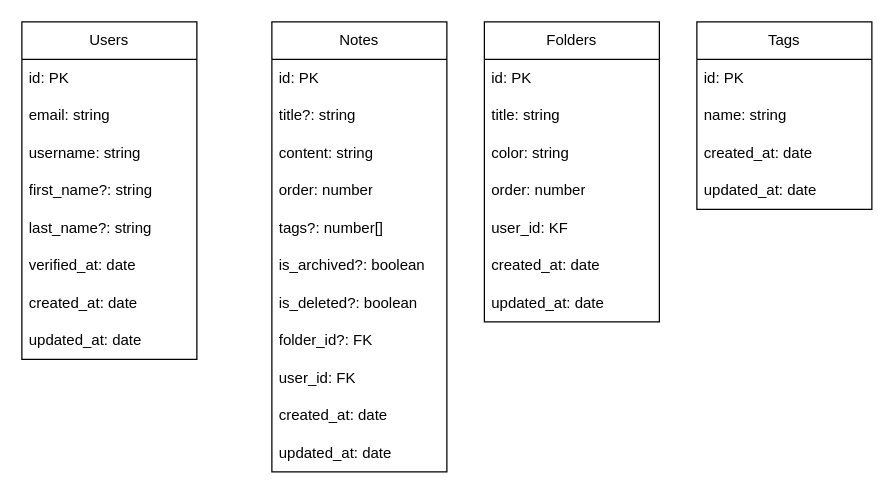
Dunkelhaiser/Pomei keeps this draw.io diagram as Relationships.drawio. Above is the earlier version. Source tidied: cells renumbered, new cells numbered last; positions are measured from the earlier drawing's top-left corner, leaving out a move shared by most shapes. Both pictures are drawn from the tidied source at 125%, with x=0, y=0 at pixel (21, 21).
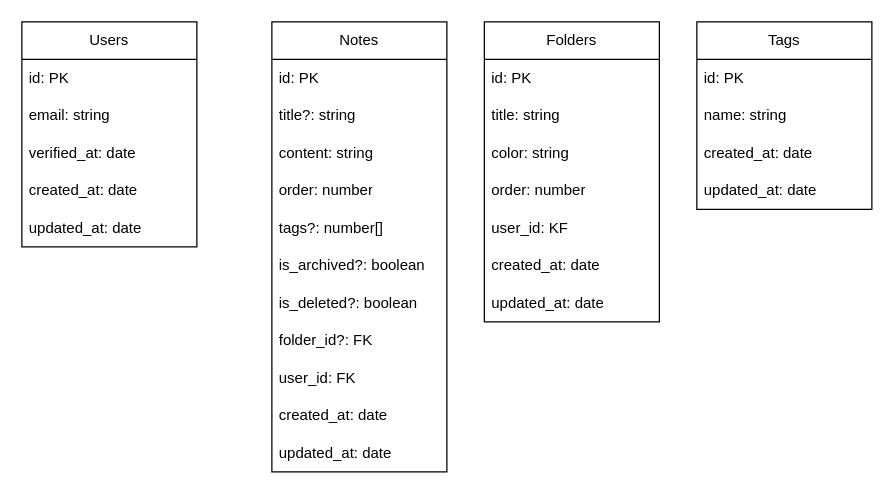
The same page after the edit.

Commit message:
docs(server): updated diagram

Diff of the diagram source:
```diff
@@
     <mxCell id="2" value="Users" style="swimlane;fontStyle=0;horizontal=1;startSize=30;whiteSpace=wrap;html=1;" parent="1" vertex="1">
-      <mxGeometry width="140" height="270" as="geometry" />
+      <mxGeometry width="140" height="180" as="geometry" />
     </mxCell>
@@
-    <mxCell id="5" value="username: string" style="text;strokeColor=none;fillColor=none;align=left;verticalAlign=middle;spacingLeft=4;spacingRight=4;overflow=hidden;whiteSpace=wrap;html=1;" parent="2" vertex="1">
-      <mxGeometry y="90" width="140" height="30" as="geometry" />
-    </mxCell>
-    <mxCell id="6" value="first_name?: string" style="text;strokeColor=none;fillColor=none;align=left;verticalAlign=middle;spacingLeft=4;spacingRight=4;overflow=hidden;whiteSpace=wrap;html=1;" parent="2" vertex="1">
-      <mxGeometry y="120" width="140" height="30" as="geometry" />
-    </mxCell>
-    <mxCell id="7" value="last_name?: string" style="text;strokeColor=none;fillColor=none;align=left;verticalAlign=middle;spacingLeft=4;spacingRight=4;overflow=hidden;whiteSpace=wrap;html=1;" parent="2" vertex="1">
-      <mxGeometry y="150" width="140" height="30" as="geometry" />
-    </mxCell>
     <mxCell id="8" value="verified_at: date" style="text;strokeColor=none;fillColor=none;align=left;verticalAlign=middle;spacingLeft=4;spacingRight=4;overflow=hidden;whiteSpace=wrap;html=1;" parent="2" vertex="1">
-      <mxGeometry y="180" width="140" height="30" as="geometry" />
+      <mxGeometry y="90" width="140" height="30" as="geometry" />
     </mxCell>
     <mxCell id="9" value="created_at: date" style="text;strokeColor=none;fillColor=none;align=left;verticalAlign=middle;spacingLeft=4;spacingRight=4;overflow=hidden;whiteSpace=wrap;html=1;" parent="2" vertex="1">
-      <mxGeometry y="210" width="140" height="30" as="geometry" />
+      <mxGeometry y="120" width="140" height="30" as="geometry" />
     </mxCell>
     <mxCell id="10" value="updated_at: date" style="text;strokeColor=none;fillColor=none;align=left;verticalAlign=middle;spacingLeft=4;spacingRight=4;overflow=hidden;whiteSpace=wrap;html=1;" parent="2" vertex="1">
-      <mxGeometry y="240" width="140" height="30" as="geometry" />
+      <mxGeometry y="150" width="140" height="30" as="geometry" />
     </mxCell>
```
